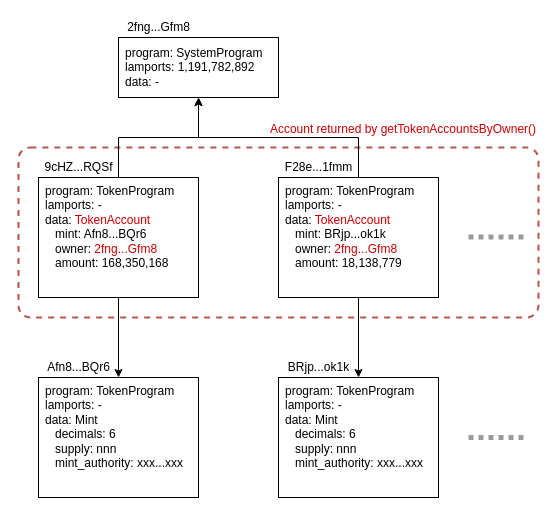
Before: page "getTokenAccountsByOwner(EN)" (2 of 13) of figure/Tour_de_Whirlpool.drawio in everlastingsong/tour-de-whirlpool, a draw.io diagram. Source tidied: cells renumbered, new cells numbered last; positions are measured from the earlier drawing's top-left corner, leaving out a move shared by most shapes. Both pictures are drawn from the tidied source at 100%, with x=0, y=0 at pixel (18, 17).
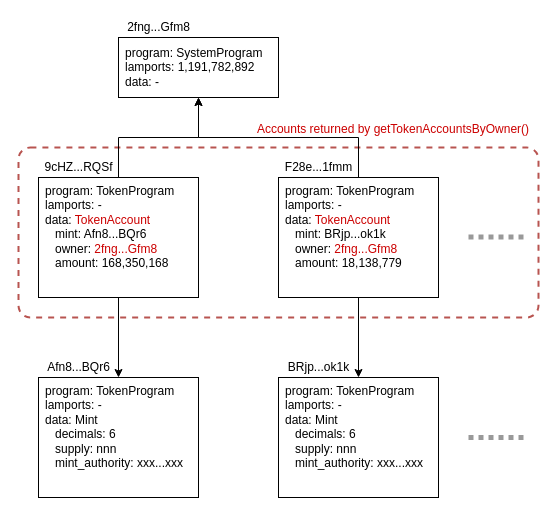
The same diagram, later.

Change to the diagram source:
```diff
@@
-    <mxCell id="19" value="Account returned by getTokenAccountsByOwner()" style="text;html=1;strokeColor=none;fillColor=none;align=center;verticalAlign=middle;whiteSpace=wrap;rounded=0;fontColor=#CC0000;" parent="1" vertex="1">
-      <mxGeometry x="250" y="97" width="270" height="30" as="geometry" />
+    <mxCell id="19" value="Accounts returned by getTokenAccountsByOwner()" style="text;html=1;strokeColor=none;fillColor=none;align=center;verticalAlign=middle;whiteSpace=wrap;rounded=0;fontColor=#CC0000;" parent="1" vertex="1">
+      <mxGeometry x="230" y="97" width="290" height="30" as="geometry" />
     </mxCell>
```
